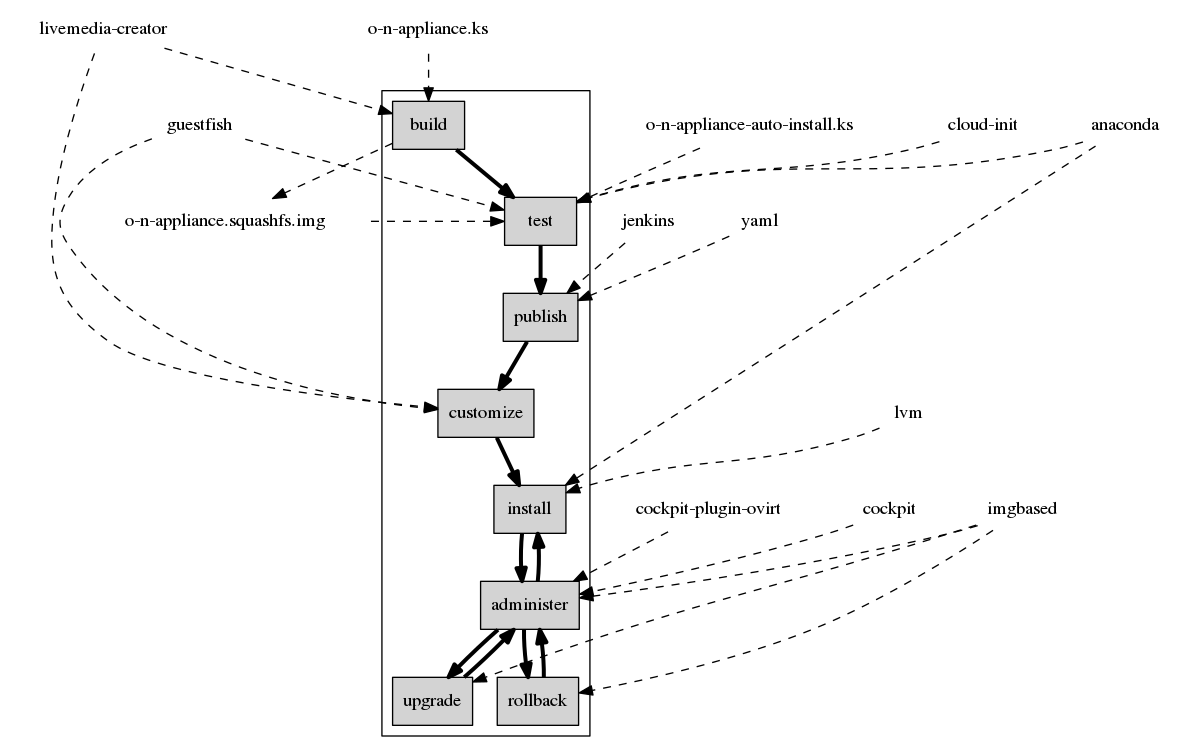
This is imgs/ngn-flow.dot.png from fabiand/ovirt-node-development-guide, a Graphviz export, as it was before one commit. Its source is kept beside it as imgs/ngn-flow.dot.
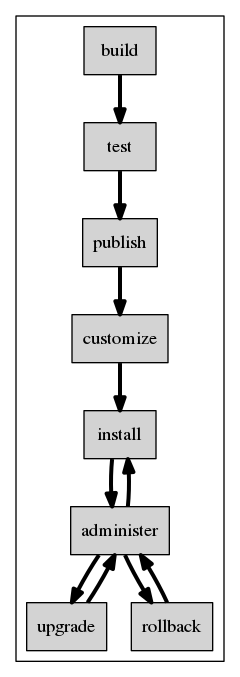
After the change.

Change to the diagram source:
```diff
@@ -10,38 +10,4 @@
 		administer -> upgrade -> administer
 		administer -> rollback -> administer
 	}
-	{
-		edge [style=dashed]
-		node [penwidth=0]
-
-		applianceKs [label="o-n-appliance.ks"]
-		lmc [label="livemedia-creator"]
-		applianceKs -> build
-		lmc -> build
-
-		cloud_init [label="cloud-init"]
-		squashfs [label="o-n-appliance.squashfs.img"]
-		installKs [label="o-n-appliance-auto-install.ks"]
-		build -> squashfs
-		cloud_init -> test
-		squashfs -> test
-		guestfish -> test
-		anaconda -> test
-		installKs -> test
-
-		jenkins -> publish
-		yaml -> publish
-
-		guestfish -> customize
-		lmc -> customize
-
-		lvm -> install
-		anaconda -> install
-
-		cockpitPlugin [label="cockpit-plugin-ovirt"]
-		cockpit -> administer
-		cockpitPlugin -> administer
-
-		imgbased -> { administer upgrade rollback }
-	}
 }
```
